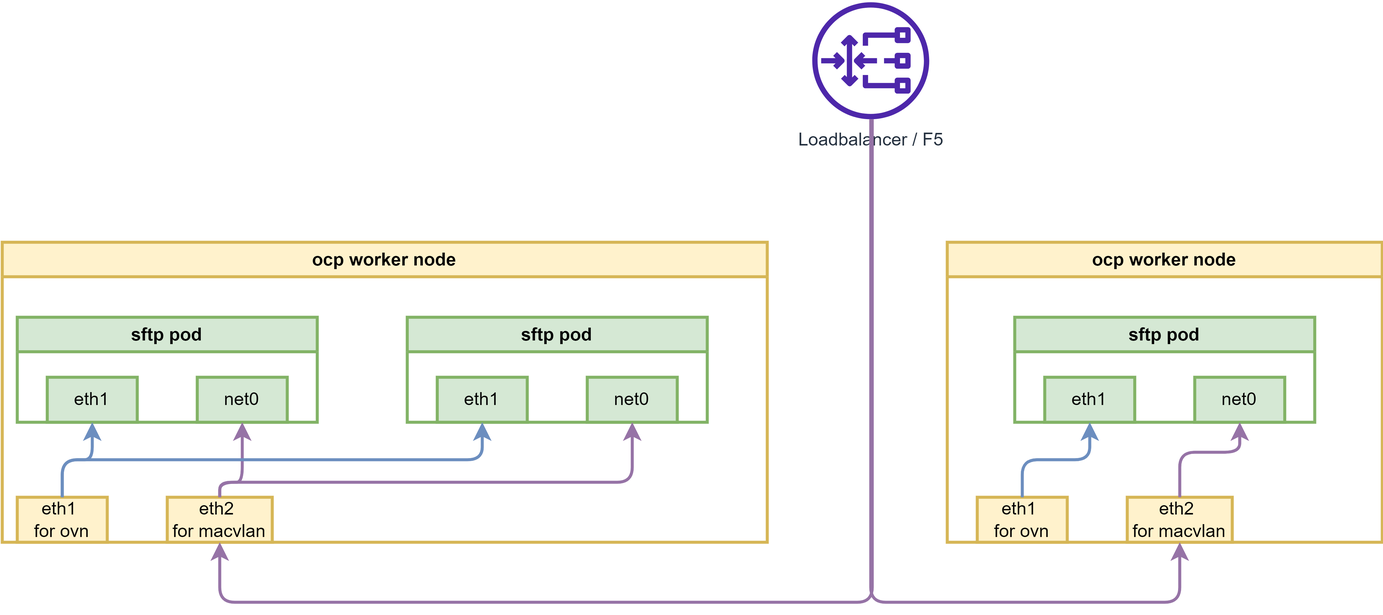
The draw.io diagram redhat/ocp4/4.12/dia/sftp.macvlan.drawio.png in wangzheng422/docker_env, before a commit. Source tidied: cells renumbered, new cells last; positions are measured from the earlier drawing's top-left corner, leaving out a move shared by most shapes.
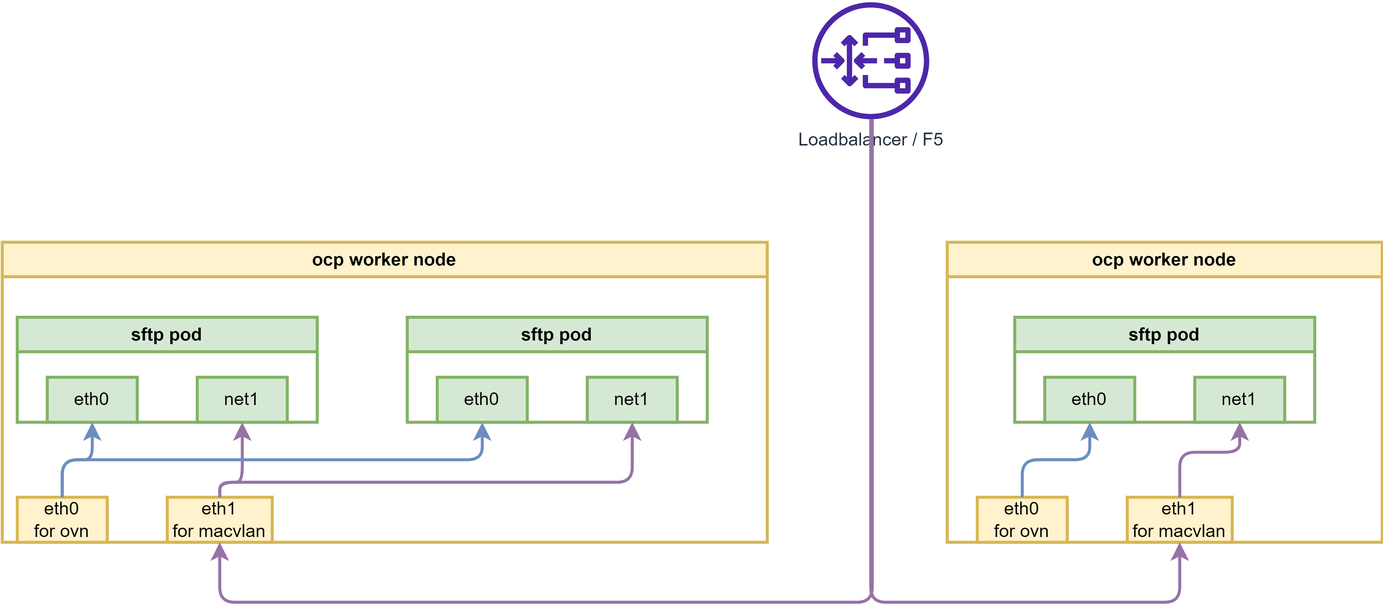
Later version of the same file.

Commit message:
sftp pod

Change to the diagram source:
```diff
@@ -5,19 +5,19 @@
     <mxCell id="2" value="ocp worker node" style="swimlane;whiteSpace=wrap;html=1;fillColor=#fff2cc;strokeColor=#d6b656;strokeWidth=2;startSize=23;" parent="1" vertex="1">
       <mxGeometry x="630" y="160" width="290" height="200" as="geometry" />
     </mxCell>
-    <mxCell id="3" value="eth1&amp;nbsp;&lt;br&gt;for ovn" style="rounded=0;whiteSpace=wrap;html=1;strokeWidth=2;fillColor=#fff2cc;strokeColor=#d6b656;" parent="2" vertex="1">
+    <mxCell id="3" value="eth0&lt;br&gt;for ovn" style="rounded=0;whiteSpace=wrap;html=1;strokeWidth=2;fillColor=#fff2cc;strokeColor=#d6b656;" parent="2" vertex="1">
       <mxGeometry x="20" y="170" width="60" height="30" as="geometry" />
     </mxCell>
-    <mxCell id="4" value="eth2&amp;nbsp;&lt;br&gt;for macvlan" style="rounded=0;whiteSpace=wrap;html=1;strokeWidth=2;fillColor=#fff2cc;strokeColor=#d6b656;" parent="2" vertex="1">
+    <mxCell id="4" value="eth1&lt;br&gt;for macvlan" style="rounded=0;whiteSpace=wrap;html=1;strokeWidth=2;fillColor=#fff2cc;strokeColor=#d6b656;" parent="2" vertex="1">
       <mxGeometry x="120" y="170" width="70" height="30" as="geometry" />
     </mxCell>
     <mxCell id="5" value="sftp pod" style="swimlane;whiteSpace=wrap;html=1;strokeWidth=2;fillColor=#d5e8d4;strokeColor=#82b366;" parent="2" vertex="1">
       <mxGeometry x="45" y="50" width="200" height="70" as="geometry" />
     </mxCell>
-    <mxCell id="6" value="eth1" style="rounded=0;whiteSpace=wrap;html=1;strokeWidth=2;fillColor=#d5e8d4;strokeColor=#82b366;" parent="5" vertex="1">
+    <mxCell id="6" value="eth0" style="rounded=0;whiteSpace=wrap;html=1;strokeWidth=2;fillColor=#d5e8d4;strokeColor=#82b366;" parent="5" vertex="1">
       <mxGeometry x="20" y="40" width="60" height="30" as="geometry" />
     </mxCell>
-    <mxCell id="7" value="net0" style="rounded=0;whiteSpace=wrap;html=1;strokeWidth=2;fillColor=#d5e8d4;strokeColor=#82b366;" parent="5" vertex="1">
+    <mxCell id="7" value="net1" style="rounded=0;whiteSpace=wrap;html=1;strokeWidth=2;fillColor=#d5e8d4;strokeColor=#82b366;" parent="5" vertex="1">
       <mxGeometry x="120" y="40" width="60" height="30" as="geometry" />
     </mxCell>
     <mxCell id="8" style="edgeStyle=orthogonalEdgeStyle;html=1;entryX=0.5;entryY=1;entryDx=0;entryDy=0;fillColor=#dae8fc;strokeColor=#6c8ebf;strokeWidth=2;exitX=0.5;exitY=0;exitDx=0;exitDy=0;" parent="2" edge="1" source="3" target="6">
@@ -34,28 +34,28 @@
     <mxCell id="10" value="ocp worker node" style="swimlane;whiteSpace=wrap;html=1;strokeWidth=2;fillColor=#fff2cc;strokeColor=#d6b656;" parent="1" vertex="1">
       <mxGeometry y="160" width="510" height="200" as="geometry" />
     </mxCell>
-    <mxCell id="11" value="eth1&amp;nbsp;&lt;br&gt;for ovn" style="rounded=0;whiteSpace=wrap;html=1;strokeWidth=2;fillColor=#fff2cc;strokeColor=#d6b656;" parent="10" vertex="1">
+    <mxCell id="11" value="eth0&lt;br&gt;for ovn" style="rounded=0;whiteSpace=wrap;html=1;strokeWidth=2;fillColor=#fff2cc;strokeColor=#d6b656;" parent="10" vertex="1">
       <mxGeometry x="10" y="170" width="60" height="30" as="geometry" />
     </mxCell>
-    <mxCell id="12" value="eth2&amp;nbsp;&lt;br&gt;for macvlan" style="rounded=0;whiteSpace=wrap;html=1;strokeWidth=2;fillColor=#fff2cc;strokeColor=#d6b656;" parent="10" vertex="1">
+    <mxCell id="12" value="eth1&lt;br&gt;for macvlan" style="rounded=0;whiteSpace=wrap;html=1;strokeWidth=2;fillColor=#fff2cc;strokeColor=#d6b656;" parent="10" vertex="1">
       <mxGeometry x="110" y="170" width="70" height="30" as="geometry" />
     </mxCell>
     <mxCell id="13" value="sftp pod" style="swimlane;whiteSpace=wrap;html=1;strokeWidth=2;fillColor=#d5e8d4;strokeColor=#82b366;" parent="10" vertex="1">
       <mxGeometry x="10" y="50" width="200" height="70" as="geometry" />
     </mxCell>
-    <mxCell id="14" value="eth1" style="rounded=0;whiteSpace=wrap;html=1;strokeWidth=2;fillColor=#d5e8d4;strokeColor=#82b366;" parent="13" vertex="1">
+    <mxCell id="14" value="eth0" style="rounded=0;whiteSpace=wrap;html=1;strokeWidth=2;fillColor=#d5e8d4;strokeColor=#82b366;" parent="13" vertex="1">
       <mxGeometry x="20" y="40" width="60" height="30" as="geometry" />
     </mxCell>
-    <mxCell id="15" value="net0" style="rounded=0;whiteSpace=wrap;html=1;strokeWidth=2;fillColor=#d5e8d4;strokeColor=#82b366;" parent="13" vertex="1">
+    <mxCell id="15" value="net1" style="rounded=0;whiteSpace=wrap;html=1;strokeWidth=2;fillColor=#d5e8d4;strokeColor=#82b366;" parent="13" vertex="1">
       <mxGeometry x="120" y="40" width="60" height="30" as="geometry" />
     </mxCell>
     <mxCell id="16" value="sftp pod" style="swimlane;whiteSpace=wrap;html=1;strokeWidth=2;fillColor=#d5e8d4;strokeColor=#82b366;" parent="10" vertex="1">
       <mxGeometry x="270" y="50" width="200" height="70" as="geometry" />
     </mxCell>
-    <mxCell id="17" value="eth1" style="rounded=0;whiteSpace=wrap;html=1;strokeWidth=2;fillColor=#d5e8d4;strokeColor=#82b366;" parent="16" vertex="1">
+    <mxCell id="17" value="eth0" style="rounded=0;whiteSpace=wrap;html=1;strokeWidth=2;fillColor=#d5e8d4;strokeColor=#82b366;" parent="16" vertex="1">
       <mxGeometry x="20" y="40" width="60" height="30" as="geometry" />
     </mxCell>
-    <mxCell id="18" value="net0" style="rounded=0;whiteSpace=wrap;html=1;strokeWidth=2;fillColor=#d5e8d4;strokeColor=#82b366;" parent="16" vertex="1">
+    <mxCell id="18" value="net1" style="rounded=0;whiteSpace=wrap;html=1;strokeWidth=2;fillColor=#d5e8d4;strokeColor=#82b366;" parent="16" vertex="1">
       <mxGeometry x="120" y="40" width="60" height="30" as="geometry" />
     </mxCell>
     <mxCell id="19" style="edgeStyle=orthogonalEdgeStyle;html=1;fillColor=#dae8fc;strokeColor=#6c8ebf;strokeWidth=2;exitX=0.5;exitY=0;exitDx=0;exitDy=0;" parent="10" edge="1" source="11" target="14">
```
